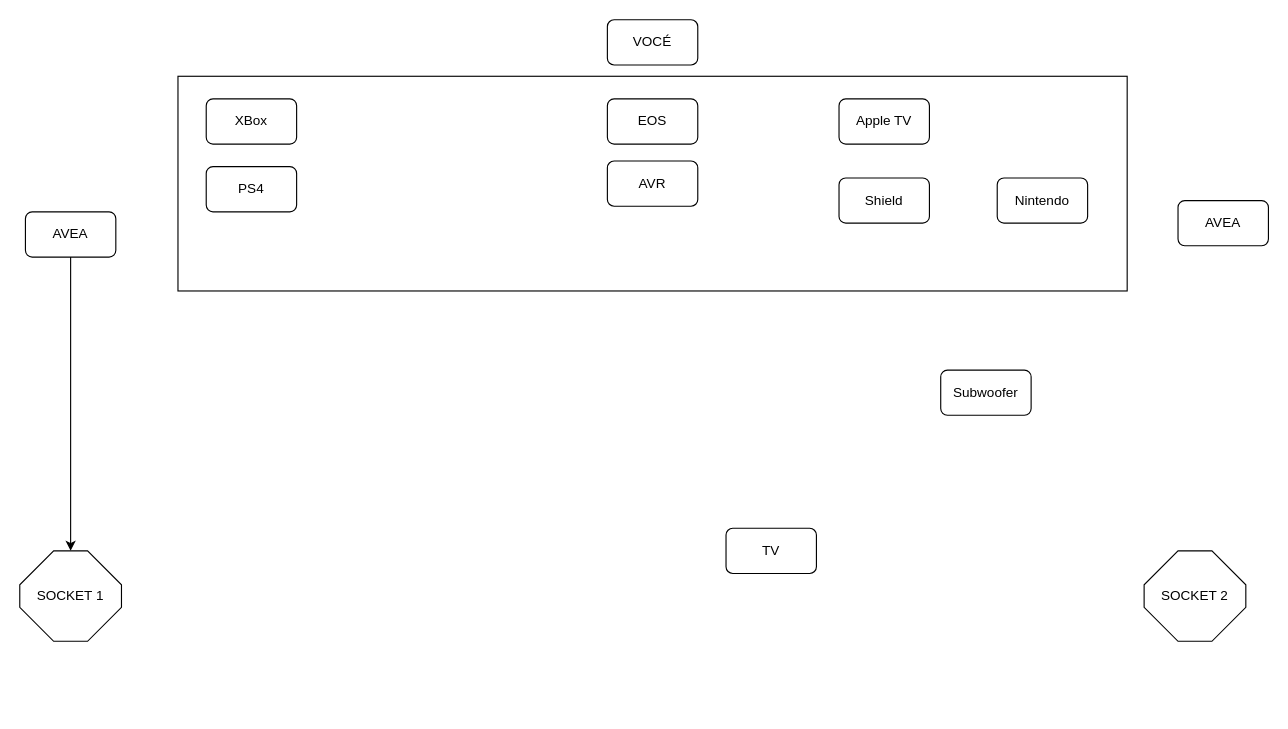
Earlier version of the draw.io diagram .github/Untitled Diagram.drawio (lilpharao/lilpharao). Source tidied: cells renumbered, new cells numbered last; positions are measured from the earlier drawing's top-left corner, leaving out a move shared by most shapes. Both pictures are drawn from the tidied source at 113%, with x=0, y=0 at pixel (19, 19).
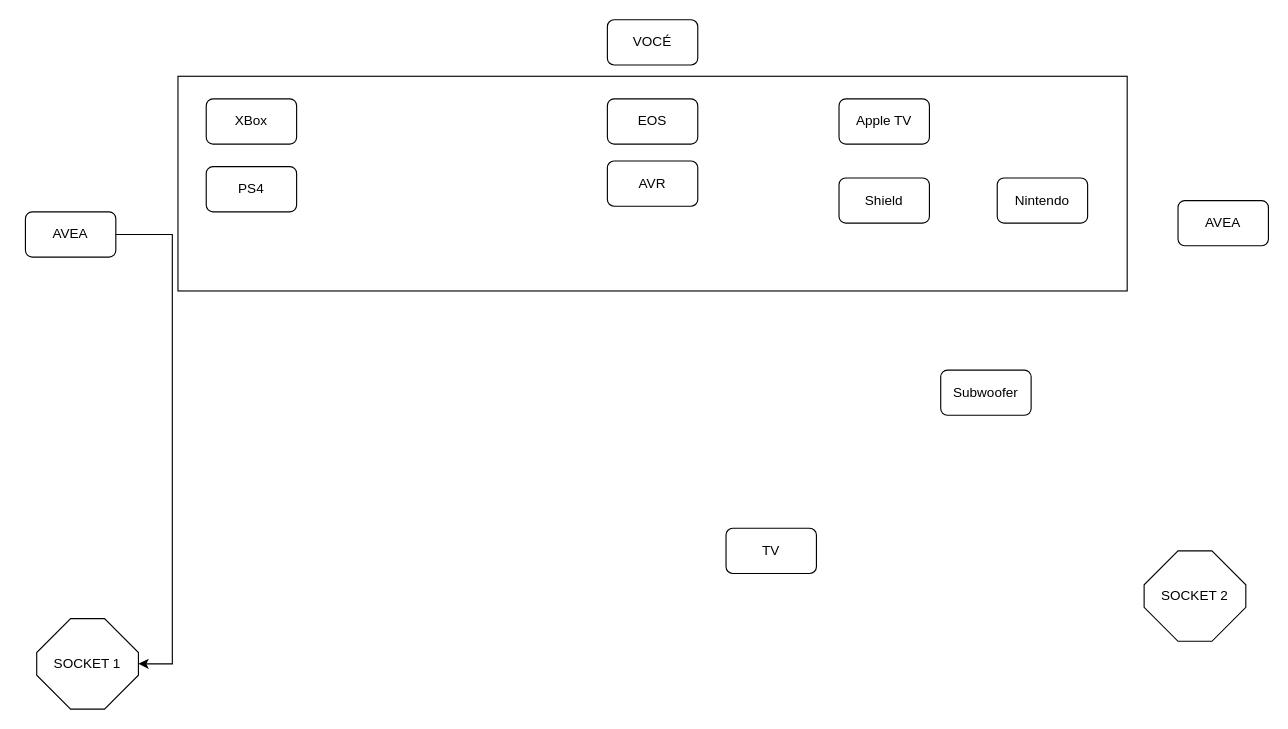
Above is the later version.

Change to the diagram source:
```diff
@@
 <mxGraphModel>
   <root>
     <mxCell id="0" />
     <mxCell id="1" parent="0" />
     <mxCell id="2" style="rounded=0;whiteSpace=wrap;html=1;" parent="1" vertex="1">
       <mxGeometry x="140" y="50" width="840" height="190" as="geometry" />
     </mxCell>
     <mxCell id="3" value="XBox" style="rounded=1;whiteSpace=wrap;html=1;" parent="1" vertex="1">
       <mxGeometry x="165" y="70" width="80" height="40" as="geometry" />
     </mxCell>
     <mxCell id="4" value="PS4" style="rounded=1;whiteSpace=wrap;html=1;" parent="1" vertex="1">
       <mxGeometry x="165" y="130" width="80" height="40" as="geometry" />
     </mxCell>
     <mxCell id="5" value="EOS" style="rounded=1;whiteSpace=wrap;html=1;" parent="1" vertex="1">
       <mxGeometry x="520" y="70" width="80" height="40" as="geometry" />
     </mxCell>
     <mxCell id="6" value="Shield" style="rounded=1;whiteSpace=wrap;html=1;" parent="1" vertex="1">
       <mxGeometry x="725" y="140" width="80" height="40" as="geometry" />
     </mxCell>
     <mxCell id="7" value="Apple TV" style="rounded=1;whiteSpace=wrap;html=1;" parent="1" vertex="1">
       <mxGeometry x="725" y="70" width="80" height="40" as="geometry" />
     </mxCell>
     <mxCell id="8" value="Nintendo" style="rounded=1;whiteSpace=wrap;html=1;" parent="1" vertex="1">
       <mxGeometry x="865" y="140" width="80" height="40" as="geometry" />
     </mxCell>
     <mxCell id="9" value="VOCÉ" style="rounded=1;whiteSpace=wrap;html=1;" parent="1" vertex="1">
       <mxGeometry x="520" width="80" height="40" as="geometry" />
     </mxCell>
     <mxCell id="10" value="AVR" style="rounded=1;whiteSpace=wrap;html=1;" parent="1" vertex="1">
       <mxGeometry x="520" y="125" width="80" height="40" as="geometry" />
     </mxCell>
-    <mxCell id="11" style="edgeStyle=orthogonalEdgeStyle;rounded=0;jettySize=auto;html=1;" parent="1" edge="1" source="12" target="16">
+    <mxCell id="11" style="edgeStyle=entityRelationEdgeStyle;rounded=0;jettySize=auto;html=1;" parent="1" edge="1" source="12" target="16">
       <mxGeometry relative="1" as="geometry" />
     </mxCell>
     <mxCell id="12" value="AVEA" style="rounded=1;whiteSpace=wrap;html=1;" parent="1" vertex="1">
       <mxGeometry x="5" y="170" width="80" height="40" as="geometry" />
     </mxCell>
     <mxCell id="13" value="AVEA" style="rounded=1;whiteSpace=wrap;html=1;" parent="1" vertex="1">
       <mxGeometry x="1025" y="160" width="80" height="40" as="geometry" />
     </mxCell>
     <mxCell id="14" value="Subwoofer" style="rounded=1;whiteSpace=wrap;html=1;" parent="1" vertex="1">
       <mxGeometry x="815" y="310" width="80" height="40" as="geometry" />
     </mxCell>
     <mxCell id="15" value="TV" style="rounded=1;whiteSpace=wrap;html=1;" parent="1" vertex="1">
       <mxGeometry x="625" y="450" width="80" height="40" as="geometry" />
     </mxCell>
     <mxCell id="16" value="SOCKET 1" style="whiteSpace=wrap;html=1;shape=mxgraph.basic.octagon2;align=center;verticalAlign=middle;dx=15;" parent="1" vertex="1">
-      <mxGeometry y="470" width="90" height="80" as="geometry" />
+      <mxGeometry x="15" y="530" width="90" height="80" as="geometry" />
     </mxCell>
     <mxCell id="17" value="&lt;div&gt;SOCKET 2&lt;/div&gt;" style="whiteSpace=wrap;html=1;shape=mxgraph.basic.octagon2;align=center;verticalAlign=middle;dx=15;" parent="1" vertex="1">
       <mxGeometry x="995" y="470" width="90" height="80" as="geometry" />
     </mxCell>
   </root>
 </mxGraphModel>
```
